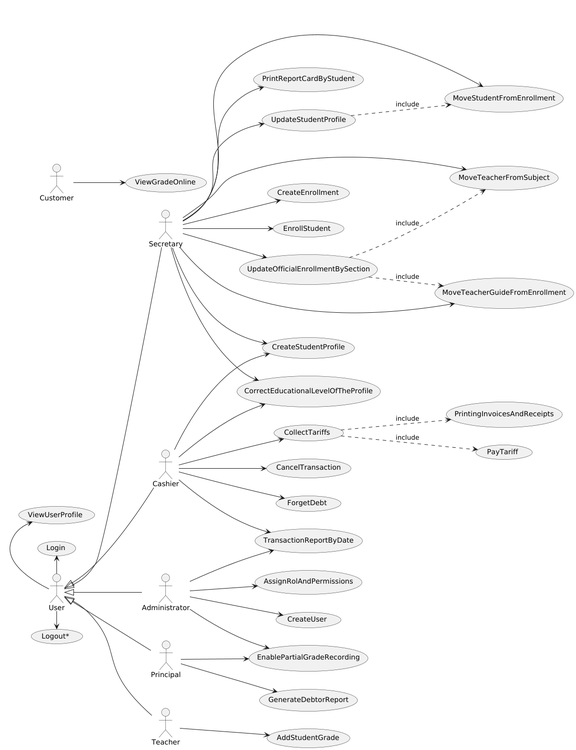
Earlier version of the PlantUML export out/UseCaseView/UseCases.png (wsmcbl/wsmcbl.doc).
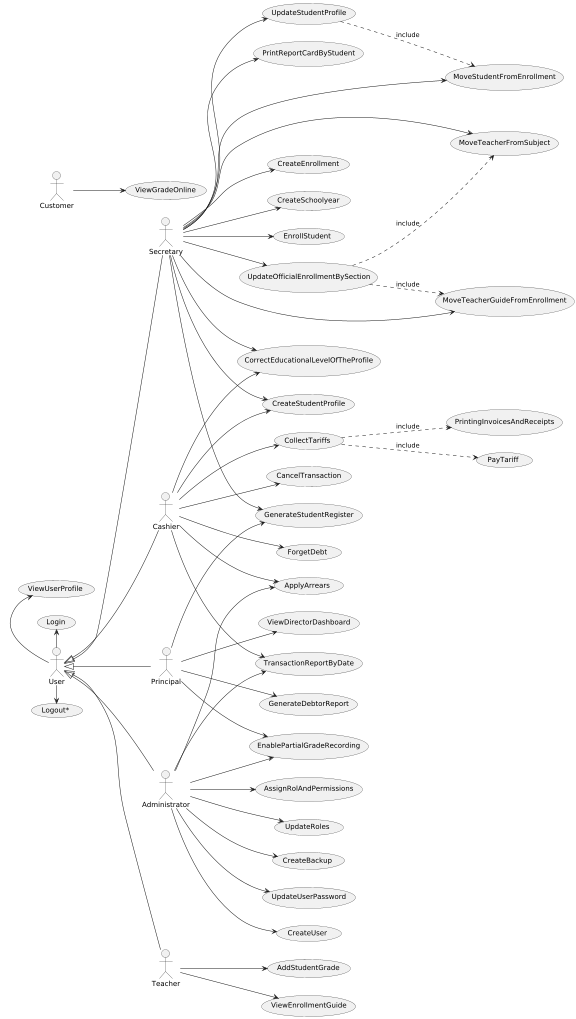
The same diagram one commit later.

Change to the diagram source:
```diff
@@ -1,5 +1,4 @@
 @startuml
-scale 2
 left to right direction
 
 
@@ -107,5 +106,28 @@
 CU05 ..> CU21 : include
 CU05 ..> CU22 : include
 
+usecase CU57 as "ViewDirectorDashboard"
+usecase CU72 as "UpdateRoles"
+usecase CU79 as "CreateSchoolyear"
+usecase CU80 as "CreateBackup"
+usecase CU81 as "ViewEnrollmentGuide"
+usecase CU82 as "GenerateStudentRegister"
+usecase CU83 as "UpdateUserPassword"
+usecase CU85 as "ApplyArrears"
+
+Principal --> CU57
+Principal --> CU82
+
+Administrator --> CU72
+Administrator --> CU80
+Administrator --> CU83
+Administrator --> CU85
+
+Secretary --> CU79
+Secretary --> CU82
+
+Teacher --> CU81
+
+Cashier --> CU85
 
 @enduml
```
